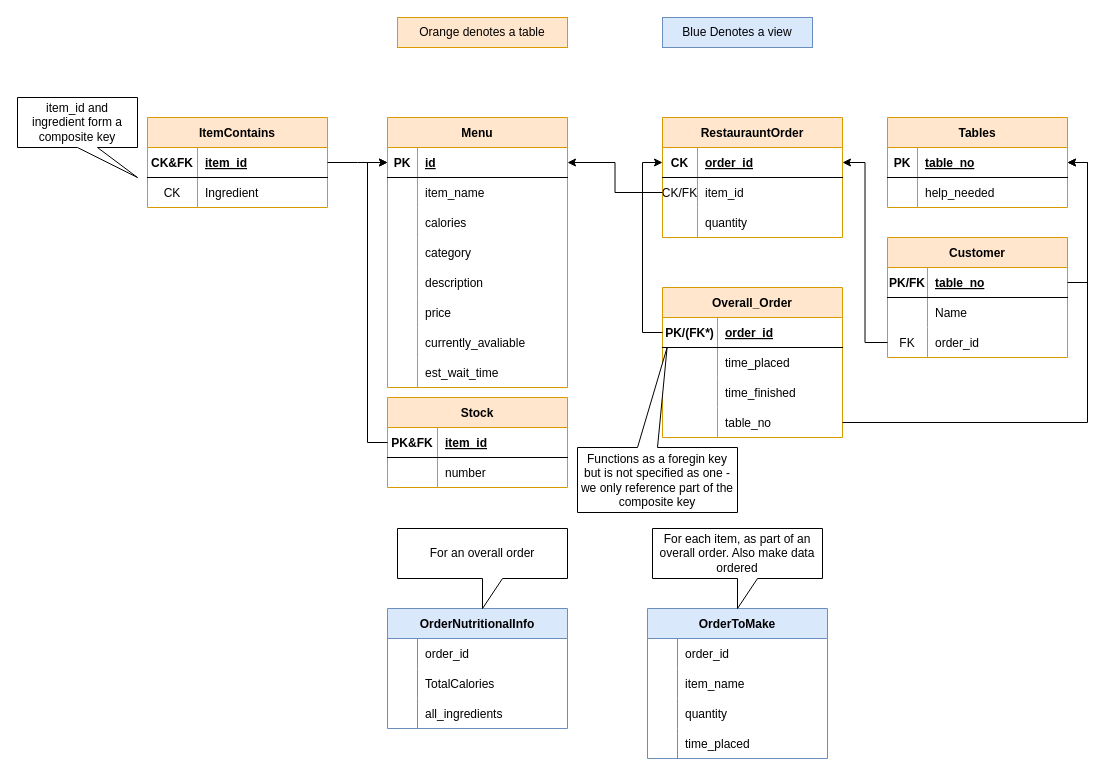
Above: SQLDatabase/Diagrams/DrawIOSchema.drawio in mattyblackout/cs2815-project (draw.io), before the change. Source tidied: cells renumbered, new cells numbered last; positions are measured from the earlier drawing's top-left corner, leaving out a move shared by most shapes. Both pictures are drawn from the tidied source at 100%, with x=0, y=0 at pixel (17, 17).
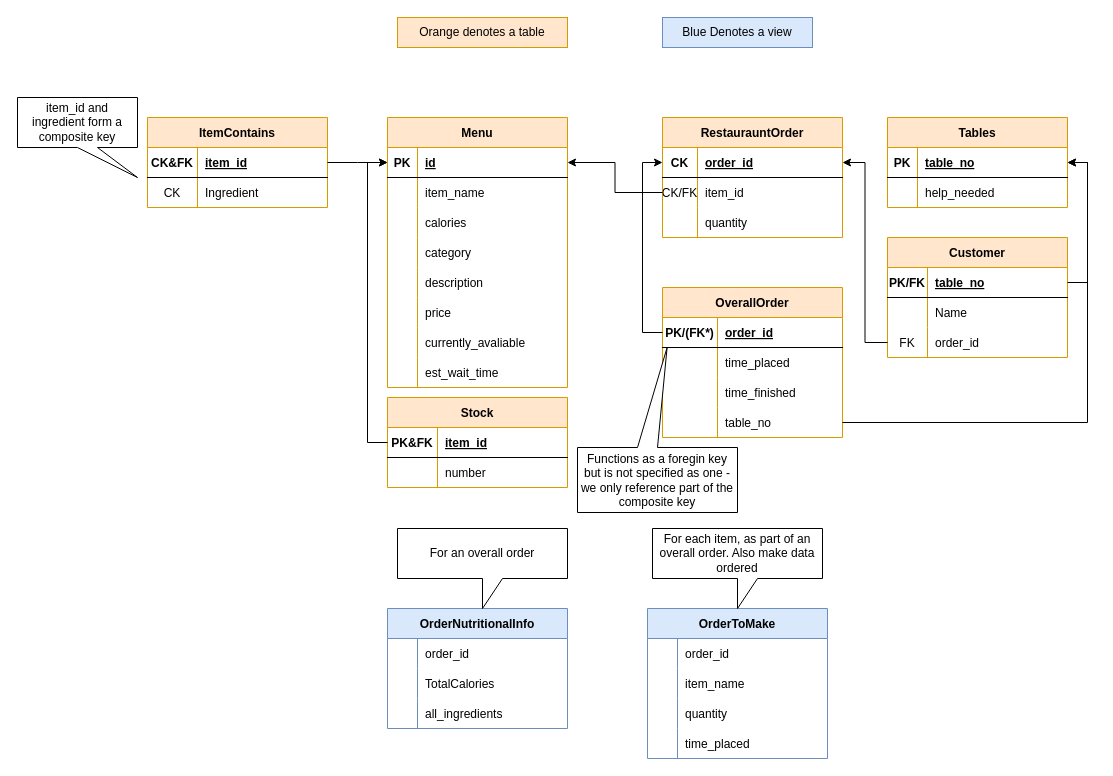
The same page after the edit.

Commit message:
Corrected literal table name

What changed in the source:
```diff
@@
-    <mxCell id="44" value="Overall_Order" style="shape=table;startSize=30;childLayout=tableLayout;rowLines=0;fontStyle=1;align=center;fillColor=#ffe6cc;strokeColor=#d79b00;" parent="1" vertex="1">
+    <mxCell id="44" value="OverallOrder" style="shape=table;startSize=30;childLayout=tableLayout;rowLines=0;fontStyle=1;align=center;fillColor=#ffe6cc;strokeColor=#d79b00;" parent="1" vertex="1">
       <mxGeometry x="645" y="270" width="180" height="150" as="geometry" />
     </mxCell>
```
